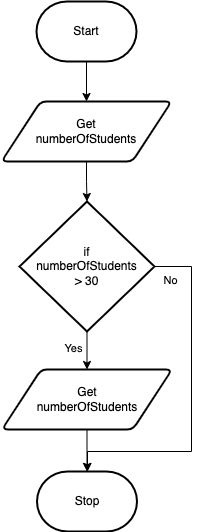
The draw.io diagram docs/structured-problem-solving/images/flowchart-if-then.png in Mr-Coxall/Computer-Based-Problem-Solving, before a commit. Source tidied: cells renumbered, new cells last; positions are measured from the earlier drawing's top-left corner, leaving out a move shared by most shapes. Source of this version:
```xml
<mxGraphModel>
  <root>
    <mxCell id="0" />
    <mxCell id="1" parent="0" />
    <mxCell id="2" style="edgeStyle=orthogonalEdgeStyle;html=1;rounded=0;" parent="1" edge="1" source="3" target="5">
      <mxGeometry relative="1" as="geometry" />
    </mxCell>
    <mxCell id="3" value="Start" style="strokeWidth=2;html=1;shape=mxgraph.flowchart.terminator;whiteSpace=wrap;" parent="1" vertex="1">
      <mxGeometry x="35" width="100" height="60" as="geometry" />
    </mxCell>
    <mxCell id="4" style="edgeStyle=orthogonalEdgeStyle;html=1;rounded=0;" parent="1" edge="1" source="5" target="9">
      <mxGeometry relative="1" as="geometry" />
    </mxCell>
    <mxCell id="5" value="Get&lt;br&gt;numberOfStudents" style="shape=parallelogram;html=1;strokeWidth=2;perimeter=parallelogramPerimeter;whiteSpace=wrap;rounded=1;arcSize=12;size=0.23;" parent="1" vertex="1">
      <mxGeometry y="100" width="170" height="60" as="geometry" />
    </mxCell>
    <mxCell id="6" value="Stop" style="strokeWidth=2;html=1;shape=mxgraph.flowchart.terminator;whiteSpace=wrap;" parent="1" vertex="1">
      <mxGeometry x="35.5" y="470" width="100" height="60" as="geometry" />
    </mxCell>
    <mxCell id="7" style="edgeStyle=orthogonalEdgeStyle;shape=connector;rounded=0;html=1;labelBackgroundColor=default;strokeColor=default;fontFamily=Helvetica;fontSize=11;fontColor=default;endArrow=classic;" parent="1" edge="1" source="9" target="11">
      <mxGeometry relative="1" as="geometry" />
    </mxCell>
    <mxCell id="8" style="edgeStyle=orthogonalEdgeStyle;shape=connector;rounded=0;html=1;labelBackgroundColor=default;strokeColor=default;fontFamily=Helvetica;fontSize=11;fontColor=default;endArrow=classic;" parent="1" edge="1" source="9" target="6">
      <mxGeometry relative="1" as="geometry">
        <Array as="points">
          <mxPoint x="190" y="265" />
          <mxPoint x="190" y="450" />
          <mxPoint x="86" y="450" />
        </Array>
      </mxGeometry>
    </mxCell>
    <mxCell id="9" value="if&lt;br&gt;numberOfStudents&lt;br&gt;&amp;gt; 30" style="strokeWidth=2;html=1;shape=mxgraph.flowchart.decision;whiteSpace=wrap;" parent="1" vertex="1">
      <mxGeometry x="18" y="200" width="135" height="130" as="geometry" />
    </mxCell>
    <mxCell id="10" style="edgeStyle=orthogonalEdgeStyle;shape=connector;rounded=0;html=1;entryX=0.5;entryY=0;entryDx=0;entryDy=0;entryPerimeter=0;labelBackgroundColor=default;strokeColor=default;fontFamily=Helvetica;fontSize=11;fontColor=default;endArrow=classic;" parent="1" edge="1" source="11" target="6">
      <mxGeometry relative="1" as="geometry" />
    </mxCell>
    <mxCell id="11" value="Get&lt;br&gt;numberOfStudents" style="shape=parallelogram;html=1;strokeWidth=2;perimeter=parallelogramPerimeter;whiteSpace=wrap;rounded=1;arcSize=12;size=0.23;" parent="1" vertex="1">
      <mxGeometry x="0.5" y="368" width="170" height="60" as="geometry" />
    </mxCell>
    <mxCell id="12" value="Yes" style="text;html=1;align=center;verticalAlign=middle;strokeColor=none;fillColor=none;fontSize=11;fontFamily=Helvetica;fontColor=default;" parent="1" vertex="1">
      <mxGeometry x="52" y="332" width="40" height="30" as="geometry" />
    </mxCell>
    <mxCell id="13" value="No" style="text;html=1;align=center;verticalAlign=middle;strokeColor=none;fillColor=none;fontSize=11;fontFamily=Helvetica;fontColor=default;" parent="1" vertex="1">
      <mxGeometry x="149" y="264" width="40" height="30" as="geometry" />
    </mxCell>
  </root>
</mxGraphModel>
```
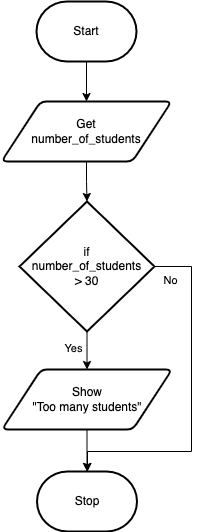
The same diagram one commit later.

The edit, as a diff of the source:
```diff
@@ -11,7 +11,7 @@
     <mxCell id="4" style="edgeStyle=orthogonalEdgeStyle;html=1;rounded=0;" parent="1" edge="1" source="5" target="9">
       <mxGeometry relative="1" as="geometry" />
     </mxCell>
-    <mxCell id="5" value="Get&lt;br&gt;numberOfStudents" style="shape=parallelogram;html=1;strokeWidth=2;perimeter=parallelogramPerimeter;whiteSpace=wrap;rounded=1;arcSize=12;size=0.23;" parent="1" vertex="1">
+    <mxCell id="5" value="Get&lt;br&gt;number_of_students" style="shape=parallelogram;html=1;strokeWidth=2;perimeter=parallelogramPerimeter;whiteSpace=wrap;rounded=1;arcSize=12;size=0.23;" parent="1" vertex="1">
       <mxGeometry y="100" width="170" height="60" as="geometry" />
     </mxCell>
     <mxCell id="6" value="Stop" style="strokeWidth=2;html=1;shape=mxgraph.flowchart.terminator;whiteSpace=wrap;" parent="1" vertex="1">
@@ -29,13 +29,13 @@
         </Array>
       </mxGeometry>
     </mxCell>
-    <mxCell id="9" value="if&lt;br&gt;numberOfStudents&lt;br&gt;&amp;gt; 30" style="strokeWidth=2;html=1;shape=mxgraph.flowchart.decision;whiteSpace=wrap;" parent="1" vertex="1">
+    <mxCell id="9" value="if&lt;br&gt;number_of_students&lt;br&gt;&amp;gt; 30" style="strokeWidth=2;html=1;shape=mxgraph.flowchart.decision;whiteSpace=wrap;" parent="1" vertex="1">
       <mxGeometry x="18" y="200" width="135" height="130" as="geometry" />
     </mxCell>
     <mxCell id="10" style="edgeStyle=orthogonalEdgeStyle;shape=connector;rounded=0;html=1;entryX=0.5;entryY=0;entryDx=0;entryDy=0;entryPerimeter=0;labelBackgroundColor=default;strokeColor=default;fontFamily=Helvetica;fontSize=11;fontColor=default;endArrow=classic;" parent="1" edge="1" source="11" target="6">
       <mxGeometry relative="1" as="geometry" />
     </mxCell>
-    <mxCell id="11" value="Get&lt;br&gt;numberOfStudents" style="shape=parallelogram;html=1;strokeWidth=2;perimeter=parallelogramPerimeter;whiteSpace=wrap;rounded=1;arcSize=12;size=0.23;" parent="1" vertex="1">
+    <mxCell id="11" value="Show&lt;br&gt;&quot;Too many students&quot;" style="shape=parallelogram;html=1;strokeWidth=2;perimeter=parallelogramPerimeter;whiteSpace=wrap;rounded=1;arcSize=12;size=0.23;" parent="1" vertex="1">
       <mxGeometry x="0.5" y="368" width="170" height="60" as="geometry" />
     </mxCell>
     <mxCell id="12" value="Yes" style="text;html=1;align=center;verticalAlign=middle;strokeColor=none;fillColor=none;fontSize=11;fontFamily=Helvetica;fontColor=default;" parent="1" vertex="1">
```
